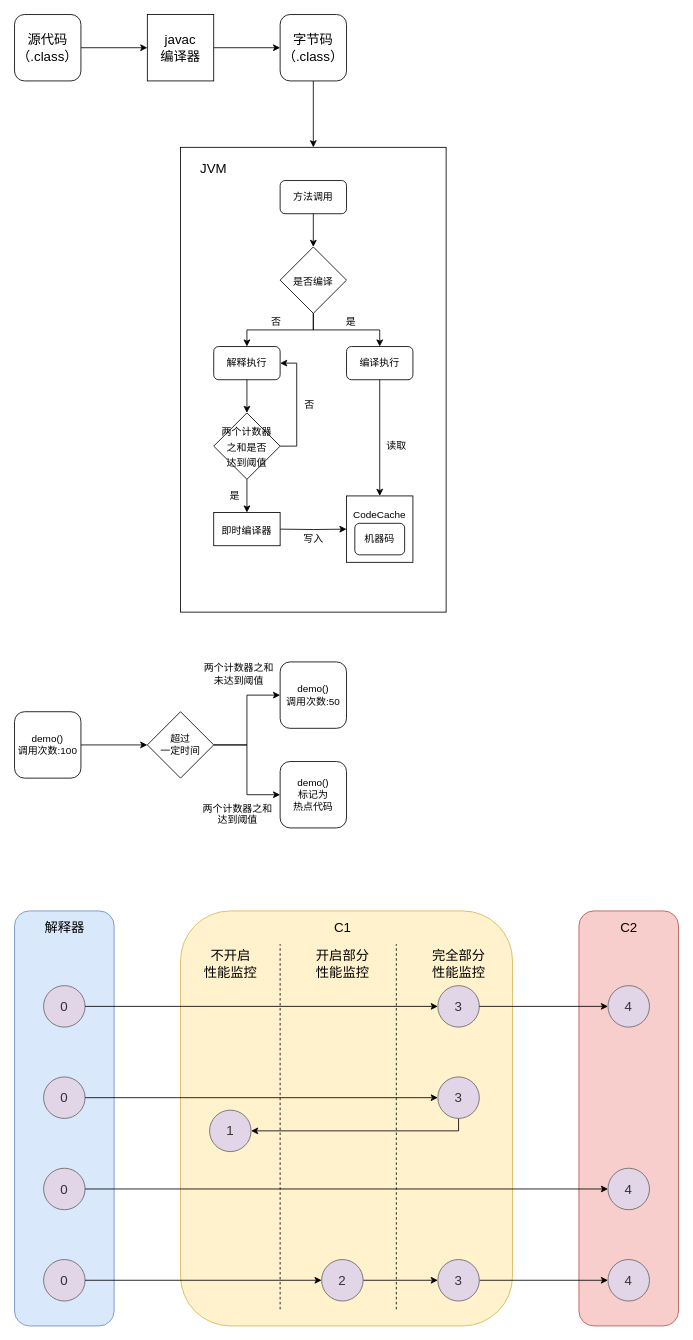
Above: 简述 即时编译器（JIT）/简述 即时编译器（JIT）.drawio in zero-97/picture-of-the-article (draw.io), before the change. Source tidied: cells renumbered, new cells numbered last; positions are measured from the earlier drawing's top-left corner, leaving out a move shared by most shapes. Both pictures are drawn from the tidied source at 83%, with x=0, y=0 at pixel (14, 14).
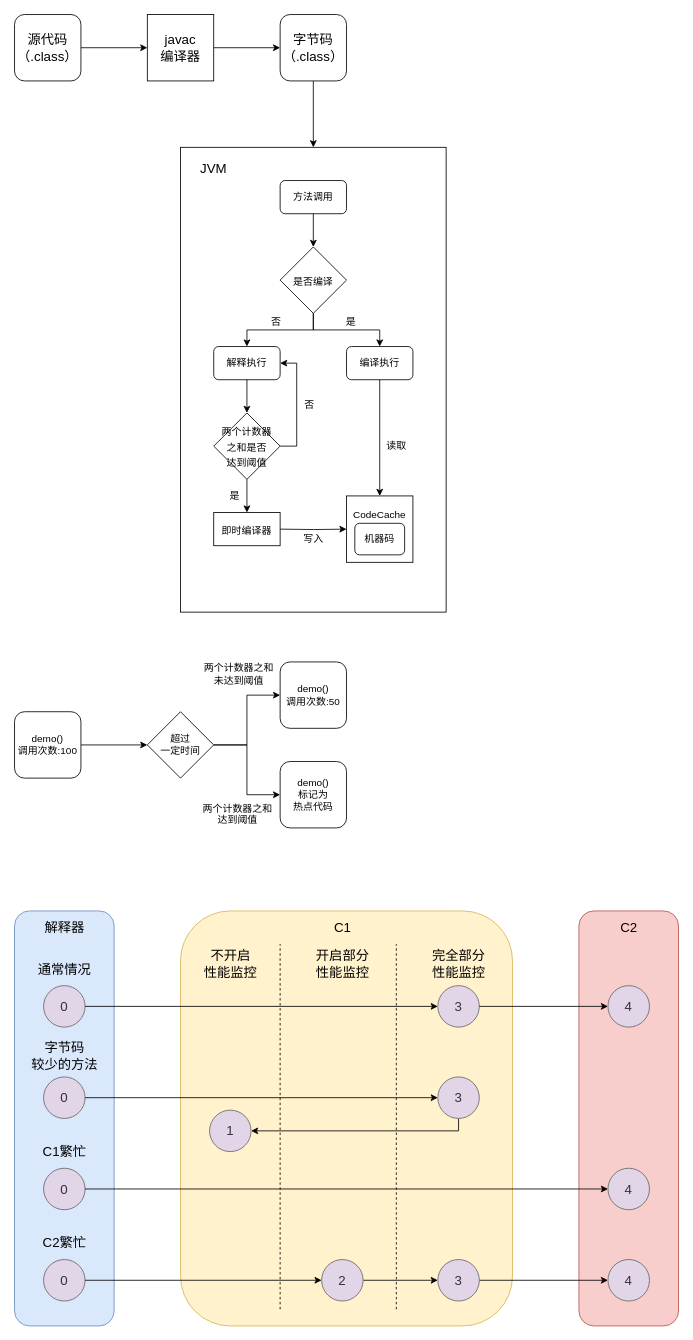
Above is the later version.

Commit message:
Update 简述 即时编译器（JIT）.drawio

Diff of the diagram source:
```diff
@@
+    <mxCell id="73" value="&lt;font style=&quot;font-size: 16px&quot;&gt;通常情况&lt;/font&gt;" style="text;html=1;align=center;verticalAlign=middle;strokeColor=none;fillColor=none;" parent="1" vertex="1">
+      <mxGeometry x="20" y="1140" width="80" height="20" as="geometry" />
+    </mxCell>
+    <mxCell id="74" value="&lt;font style=&quot;font-size: 16px&quot;&gt;字节码&lt;br&gt;较少的方法&lt;/font&gt;" style="text;html=1;align=center;verticalAlign=middle;strokeColor=none;fillColor=none;" parent="1" vertex="1">
+      <mxGeometry x="10" y="1240" width="100" height="30" as="geometry" />
+    </mxCell>
+    <mxCell id="75" value="&lt;span style=&quot;font-size: 16px&quot;&gt;C1繁忙&lt;/span&gt;" style="text;html=1;align=center;verticalAlign=middle;strokeColor=none;fillColor=none;" parent="1" vertex="1">
+      <mxGeometry x="25" y="1360" width="70" height="20" as="geometry" />
+    </mxCell>
+    <mxCell id="76" value="&lt;span style=&quot;font-size: 16px&quot;&gt;C2繁忙&lt;/span&gt;" style="text;html=1;align=center;verticalAlign=middle;strokeColor=none;fillColor=none;" parent="1" vertex="1">
+      <mxGeometry x="25" y="1470" width="70" height="20" as="geometry" />
+    </mxCell>
```
